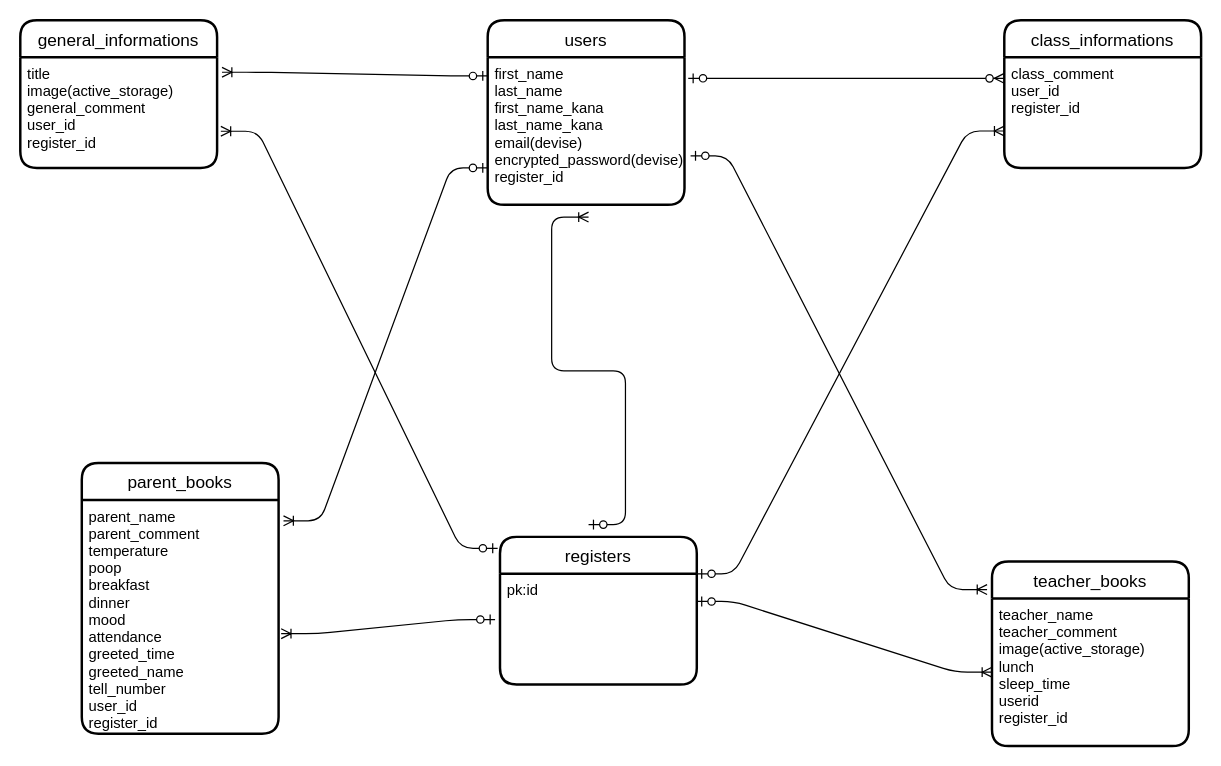
Earlier version of the draw.io diagram page "ページ1" (1 of 2) of app/contact.dio (JukiyaKikuchi/contact). Source tidied: cells renumbered, new cells numbered last; positions are measured from the earlier drawing's top-left corner, leaving out a move shared by most shapes. Both pictures are drawn from the tidied source at 123%, with x=0, y=0 at pixel (20, 20).
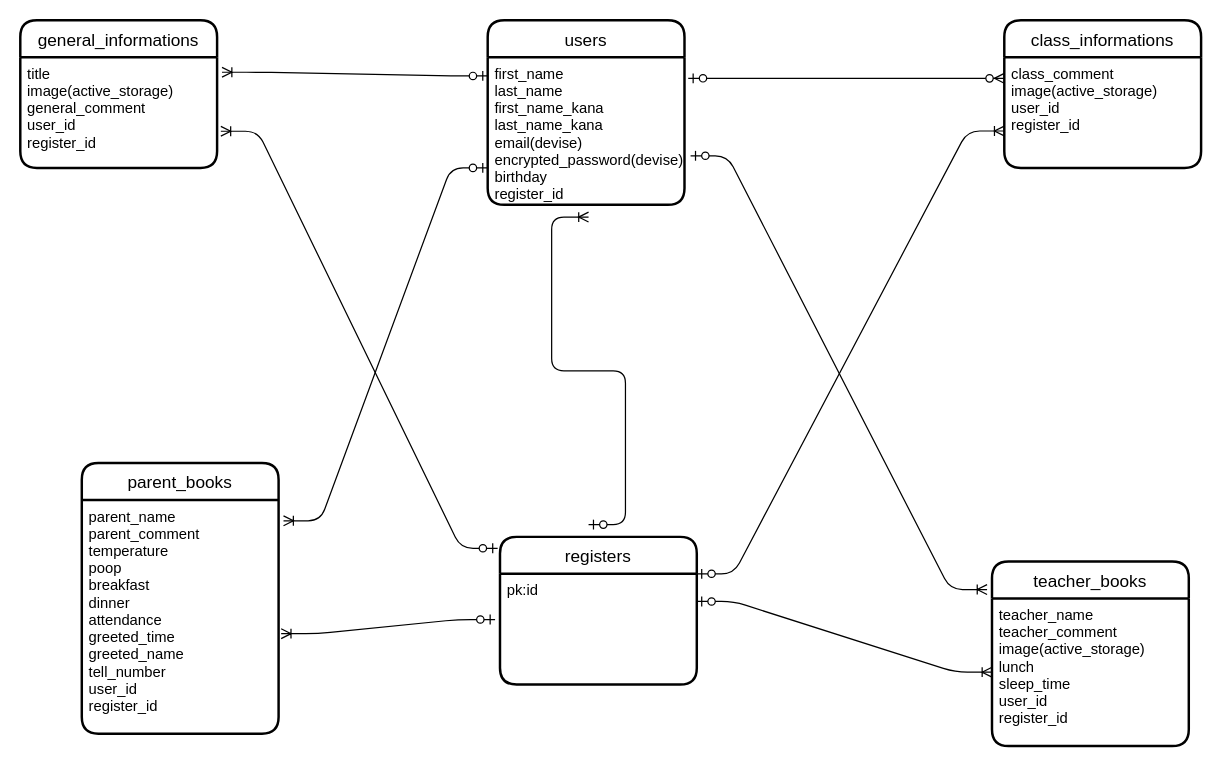
Above is the later version.

Unchanged cells that the change refers to:
```xml
<mxCell id="2" value="users" style="swimlane;horizontal=1;startSize=30;rounded=1;fontSize=14;fontStyle=0;strokeWidth=2;shadow=0;dashed=0;align=center;" parent="1" vertex="1">
  <mxGeometry x="380" width="160" height="150" as="geometry" />
</mxCell>
<mxCell id="4" value="class_informations" style="swimlane;horizontal=1;startSize=30;rounded=1;fontSize=14;fontStyle=0;strokeWidth=2;shadow=0;dashed=0;align=center;" parent="1" vertex="1">
  <mxGeometry x="800" width="160" height="120" as="geometry" />
</mxCell>
<mxCell id="8" value="parent_books" style="swimlane;horizontal=1;startSize=30;rounded=1;fontSize=14;fontStyle=0;strokeWidth=2;shadow=0;dashed=0;align=center;" parent="1" vertex="1">
  <mxGeometry x="50" y="360" width="160" height="220" as="geometry" />
</mxCell>
<mxCell id="10" value="teacher_books" style="swimlane;horizontal=1;startSize=30;rounded=1;fontSize=14;fontStyle=0;strokeWidth=2;shadow=0;dashed=0;align=center;" parent="1" vertex="1">
  <mxGeometry x="790" y="440" width="160" height="150" as="geometry" />
</mxCell>
```

The edit, as a diff of the source:
```diff
@@
-    <mxCell id="3" value="first_name&#10;last_name&#10;first_name_kana&#10;last_name_kana&#10;email(devise)&#10;encrypted_password(devise)&#10;register_id" style="align=left;strokeColor=none;fillColor=none;spacingLeft=4;fontSize=12;verticalAlign=top;" parent="2" vertex="1">
+    <mxCell id="3" value="first_name&#10;last_name&#10;first_name_kana&#10;last_name_kana&#10;email(devise)&#10;encrypted_password(devise)&#10;birthday&#10;register_id" style="align=left;strokeColor=none;fillColor=none;spacingLeft=4;fontSize=12;verticalAlign=top;" parent="2" vertex="1">
       <mxGeometry y="30" width="160" height="120" as="geometry" />
     </mxCell>
@@
-    <mxCell id="5" value="class_comment&#10;user_id&#10;register_id" style="align=left;strokeColor=none;fillColor=none;spacingLeft=4;fontSize=12;verticalAlign=top;" parent="4" vertex="1">
+    <mxCell id="5" value="class_comment&#10;image(active_storage)&#10;user_id&#10;register_id" style="align=left;strokeColor=none;fillColor=none;spacingLeft=4;fontSize=12;verticalAlign=top;" parent="4" vertex="1">
       <mxGeometry y="30" width="160" height="90" as="geometry" />
     </mxCell>
@@
-    <mxCell id="9" value="parent_name&#10;parent_comment&#10;temperature&#10;poop&#10;breakfast&#10;dinner&#10;mood&#10;attendance&#10;greeted_time&#10;greeted_name&#10;tell_number&#10;user_id&#10;register_id" style="align=left;strokeColor=none;fillColor=none;spacingLeft=4;fontSize=12;verticalAlign=top;" parent="8" vertex="1">
+    <mxCell id="9" value="parent_name&#10;parent_comment&#10;temperature&#10;poop&#10;breakfast&#10;dinner&#10;attendance&#10;greeted_time&#10;greeted_name&#10;tell_number&#10;user_id&#10;register_id" style="align=left;strokeColor=none;fillColor=none;spacingLeft=4;fontSize=12;verticalAlign=top;" parent="8" vertex="1">
       <mxGeometry y="30" width="160" height="190" as="geometry" />
     </mxCell>
@@
-    <mxCell id="11" value="teacher_name&#10;teacher_comment&#10;image(active_storage)&#10;lunch&#10;sleep_time&#10;userid&#10;register_id" style="align=left;strokeColor=none;fillColor=none;spacingLeft=4;fontSize=12;verticalAlign=top;" parent="10" vertex="1">
+    <mxCell id="11" value="teacher_name&#10;teacher_comment&#10;image(active_storage)&#10;lunch&#10;sleep_time&#10;user_id&#10;register_id" style="align=left;strokeColor=none;fillColor=none;spacingLeft=4;fontSize=12;verticalAlign=top;" parent="10" vertex="1">
       <mxGeometry y="30" width="160" height="120" as="geometry" />
     </mxCell>
```
